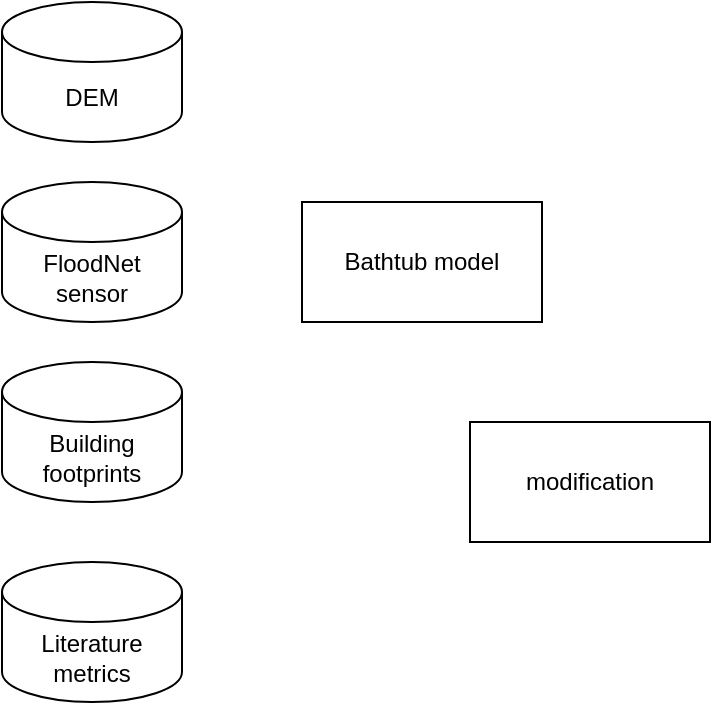
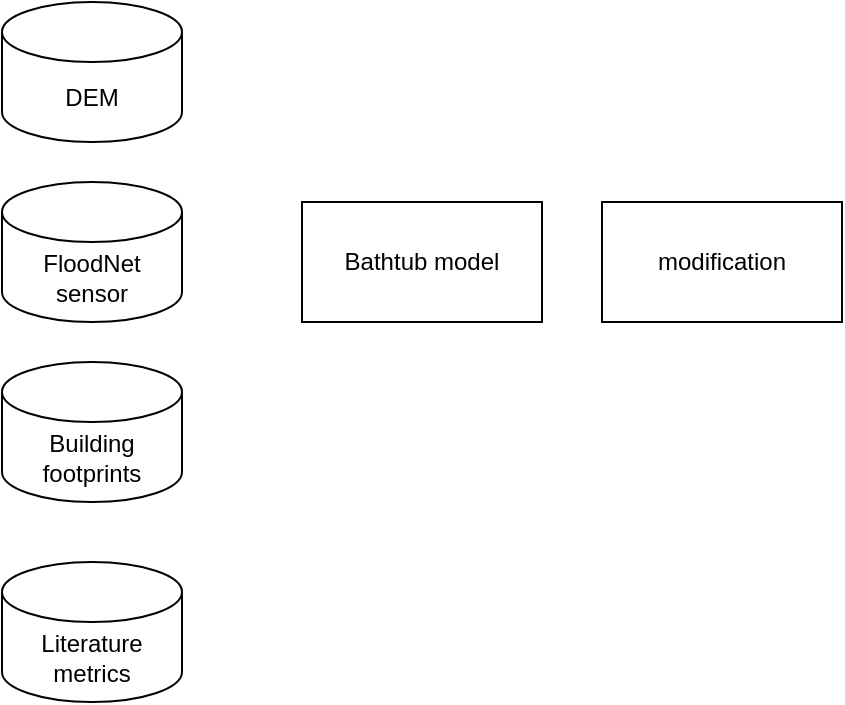
<mxfile host="app.diagrams.net">
  <diagram name="第 1 页" id="rrjs3x73q6XKG6Un8orv">
    <mxGraphModel dx="1240" dy="326" grid="1" gridSize="10" guides="1" tooltips="1" connect="1" arrows="1" fold="1" page="1" pageScale="1" pageWidth="827" pageHeight="1169" math="0" shadow="0">
      <root>
        <mxCell id="0" />
        <mxCell id="1" parent="0" />
        <mxCell id="wsXrPMJaeRBQqD8lpksv-2" parent="1" style="shape=cylinder3;whiteSpace=wrap;html=1;boundedLbl=1;backgroundOutline=1;size=15;" value="DEM" vertex="1">
          <mxGeometry height="70" width="90" x="60" y="180" as="geometry" />
        </mxCell>
        <mxCell id="wsXrPMJaeRBQqD8lpksv-3" parent="1" style="shape=cylinder3;whiteSpace=wrap;html=1;boundedLbl=1;backgroundOutline=1;size=15;" value="FloodNet sensor" vertex="1">
          <mxGeometry height="70" width="90" x="60" y="270" as="geometry" />
        </mxCell>
        <mxCell id="wsXrPMJaeRBQqD8lpksv-4" parent="1" style="rounded=0;whiteSpace=wrap;html=1;" value="Bathtub model" vertex="1">
          <mxGeometry height="60" width="120" x="210" y="280" as="geometry" />
        </mxCell>
        <mxCell id="wsXrPMJaeRBQqD8lpksv-5" parent="1" style="rounded=0;whiteSpace=wrap;html=1;" value="modification" vertex="1">
-           <mxGeometry height="60" width="120" x="294" y="390" as="geometry" />
+           <mxGeometry height="60" width="120" x="360" y="280" as="geometry" />
        </mxCell>
        <mxCell id="wsXrPMJaeRBQqD8lpksv-6" parent="1" style="shape=cylinder3;whiteSpace=wrap;html=1;boundedLbl=1;backgroundOutline=1;size=15;" value="Building footprints" vertex="1">
          <mxGeometry height="70" width="90" x="60" y="360" as="geometry" />
        </mxCell>
        <mxCell id="wsXrPMJaeRBQqD8lpksv-7" parent="1" style="shape=cylinder3;whiteSpace=wrap;html=1;boundedLbl=1;backgroundOutline=1;size=15;" value="Literature metrics" vertex="1">
          <mxGeometry height="70" width="90" x="60" y="460" as="geometry" />
        </mxCell>
      </root>
    </mxGraphModel>
  </diagram>
</mxfile>
